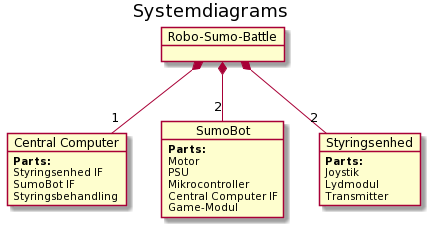
This is Diagrammer/Overordnet_Bdd/OverordnetBDD.png from Solvgraa-mager/E3PRJ3, a PlantUML export, as it was before one commit.
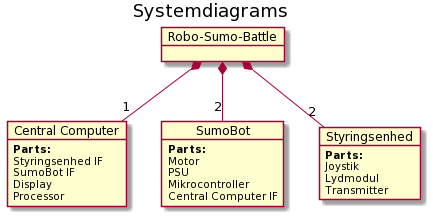
After the commit.

Diff of the diagram source:
```diff
@@ -9,14 +9,14 @@
     central_computer : <b>Parts:</b>
     central_computer : Styringsenhed IF
     central_computer : SumoBot IF
-    central_computer : Styringsbehandling
+    central_computer : Display
+    central_computer : Processor
 object "SumoBot" as sumobot
     sumobot : <b>Parts:</b>
     sumobot : Motor
     sumobot : PSU
     sumobot : Mikrocontroller
     sumobot : Central Computer IF
-    sumobot : Game-Modul
 object "Styringsenhed" as styringsenhed
     styringsenhed : <b>Parts:</b>
     styringsenhed : Joystik
```
